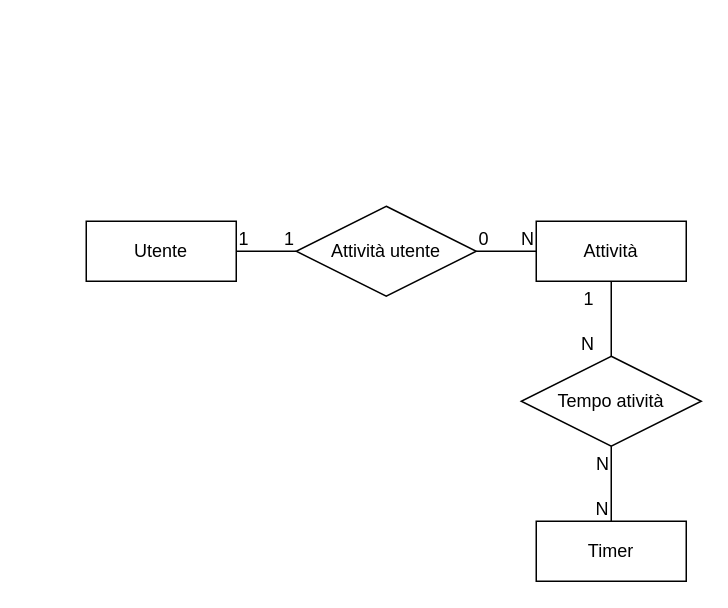
Before: entità_relazione.drawio in AndreaZ69/todomato, a draw.io diagram. Source tidied: cells renumbered, new cells numbered last; positions are measured from the earlier drawing's top-left corner, leaving out a move shared by most shapes. Both pictures are drawn from the tidied source at 150%, with x=0, y=0 at pixel (86, 206).
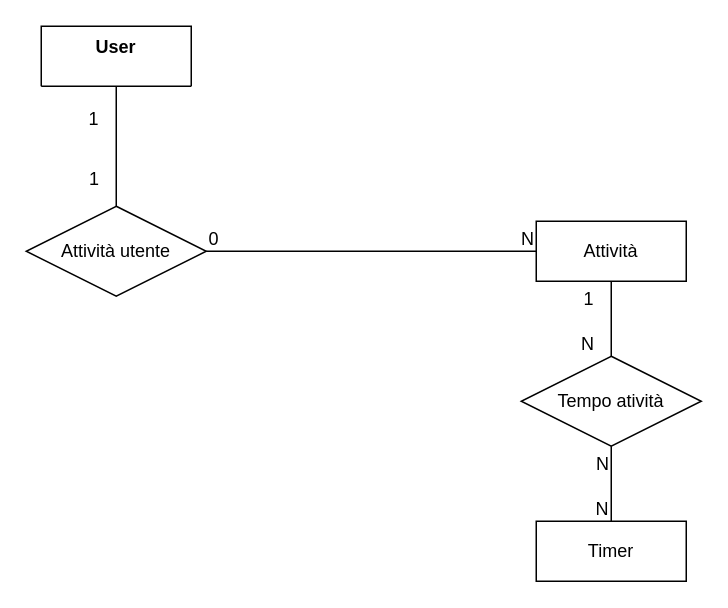
Above is the later version.

The edit, as a diff of the source:
```diff
@@
-    <mxCell id="2" value="Utente" style="whiteSpace=wrap;html=1;align=center;" parent="1" vertex="1">
-      <mxGeometry y="10" width="100" height="40" as="geometry" />
-    </mxCell>
@@
     <mxCell id="5" value="Attività utente" style="shape=rhombus;perimeter=rhombusPerimeter;whiteSpace=wrap;html=1;align=center;" parent="1" vertex="1">
-      <mxGeometry x="140" width="120" height="60" as="geometry" />
+      <mxGeometry x="-40" width="120" height="60" as="geometry" />
     </mxCell>
@@
-    <mxCell id="7" style="endArrow=none;html=1;rounded=0;" parent="1" edge="1" source="2" target="5">
+    <mxCell id="7" style="endArrow=none;html=1;rounded=0;" parent="1" edge="1" source="19" target="5">
       <mxGeometry relative="1" as="geometry" />
     </mxCell>
     <mxCell id="8" value="1" style="html=1;whiteSpace=wrap;align=left;verticalAlign=bottom;" parent="7" vertex="1">
-      <mxGeometry x="-1" relative="1" as="geometry" />
+      <mxGeometry x="-1" relative="1" as="geometry">
+        <mxPoint x="-20" y="30" as="offset" />
+      </mxGeometry>
     </mxCell>
     <mxCell id="9" value="1" style="html=1;whiteSpace=wrap;align=right;verticalAlign=bottom;" parent="7" vertex="1">
-      <mxGeometry x="1" relative="1" as="geometry" />
+      <mxGeometry x="1" relative="1" as="geometry">
+        <mxPoint x="-10" y="-10" as="offset" />
+      </mxGeometry>
     </mxCell>
@@
+    <mxCell id="19" value="User" style="swimlane;fontStyle=1;align=center;verticalAlign=top;horizontal=1;startSize=40;whiteSpace=wrap;html=1;fillStyle=auto;fillColor=default;" parent="1" vertex="1" collapsed="1">
+      <mxGeometry x="-30" y="-120" width="100" height="40" as="geometry" />
+    </mxCell>
```
